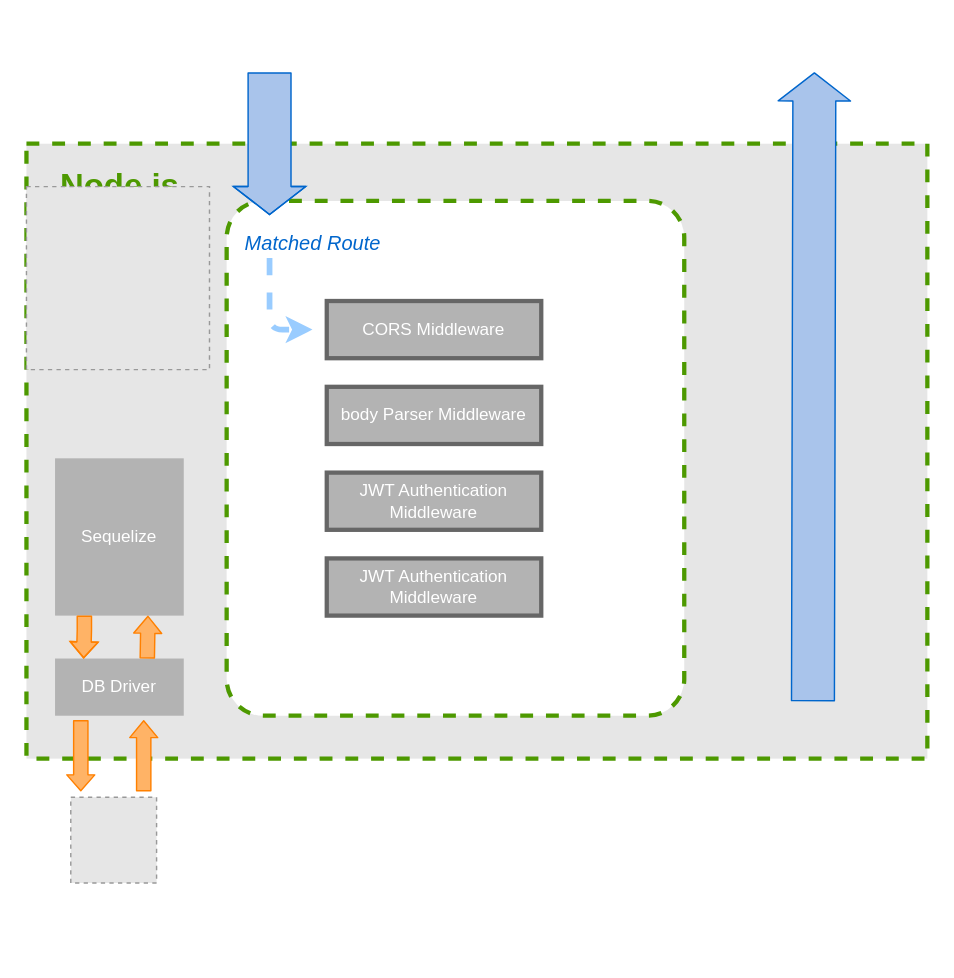
Before: Untitled Diagram.drawio in chuuuuuuu/Chu_Dev-Server, a draw.io diagram. Source tidied: cells renumbered, new cells numbered last; positions are measured from the earlier drawing's top-left corner, leaving out a move shared by most shapes. Both pictures are drawn from the tidied source at 143%, with x=0, y=0 at pixel (26, 72). Pictures stored in the file or linked from it are replaced by grey dashed boxes.
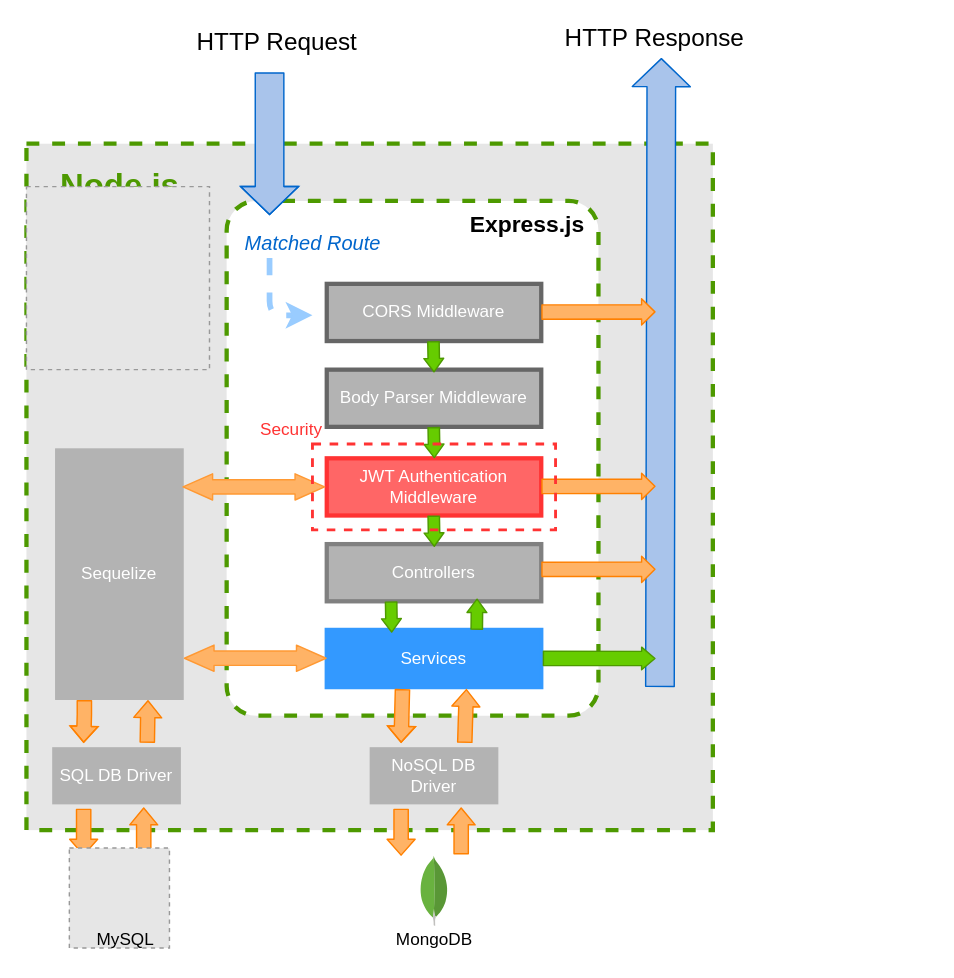
Above is the later version.

The edit, as a diff of the source:
```diff
@@
     <mxCell id="2" style="rounded=0;whiteSpace=wrap;html=1;dashed=1;strokeWidth=3;strokeColor=#4D9900;fillColor=#E6E6E6;" parent="1" vertex="1">
-      <mxGeometry y="50" width="630" height="430" as="geometry" />
+      <mxGeometry y="50" width="480" height="480" as="geometry" />
     </mxCell>
     <mxCell id="3" style="rounded=1;whiteSpace=wrap;html=1;dashed=1;strokeWidth=3;gradientColor=none;strokeColor=#4D9900;arcSize=8;" parent="1" vertex="1">
-      <mxGeometry x="140" y="90" width="320" height="360" as="geometry" />
+      <mxGeometry x="140" y="90" width="260" height="360" as="geometry" />
     </mxCell>
@@
-    <mxCell id="5" value="&lt;font color=&quot;#ffffff&quot;&gt;DB Driver&lt;/font&gt;" style="rounded=0;whiteSpace=wrap;html=1;strokeWidth=3;gradientColor=none;fillColor=#B3B3B3;strokeColor=none;" parent="1" vertex="1">
-      <mxGeometry x="20" y="410" width="90" height="40" as="geometry" />
+    <mxCell id="5" value="&lt;font color=&quot;#ffffff&quot;&gt;SQL DB Driver&lt;/font&gt;" style="rounded=0;whiteSpace=wrap;html=1;strokeWidth=3;gradientColor=none;fillColor=#B3B3B3;strokeColor=none;" parent="1" vertex="1">
+      <mxGeometry x="18" y="472" width="90" height="40" as="geometry" />
     </mxCell>
     <mxCell id="6" value="&lt;font color=&quot;#ffffff&quot;&gt;Sequelize&lt;/font&gt;" style="rounded=0;whiteSpace=wrap;html=1;strokeWidth=3;gradientColor=none;fillColor=#B3B3B3;strokeColor=none;" parent="1" vertex="1">
-      <mxGeometry x="20" y="270" width="90" height="110" as="geometry" />
+      <mxGeometry x="20" y="263" width="90" height="176" as="geometry" />
     </mxCell>
     <mxCell id="7" style="shape=flexArrow;endArrow=classic;html=1;fillColor=#FFB366;strokeColor=#FF8000;endWidth=8.571428571428571;endSize=3.3809523809523805;" parent="1" edge="1">
       <mxGeometry relative="1" as="geometry">
-        <mxPoint x="38" y="453" as="sourcePoint" />
-        <mxPoint x="38" y="503" as="targetPoint" />
+        <mxPoint x="40" y="515" as="sourcePoint" />
+        <mxPoint x="40" y="548" as="targetPoint" />
       </mxGeometry>
     </mxCell>
     <mxCell id="8" style="shape=flexArrow;endArrow=classic;html=1;fillColor=#FFB366;strokeColor=#FF8000;endWidth=8.571428571428571;endSize=3.604761904761905;" parent="1" edge="1">
       <mxGeometry relative="1" as="geometry">
-        <mxPoint x="82" y="503" as="sourcePoint" />
-        <mxPoint x="82" y="453" as="targetPoint" />
+        <mxPoint x="82" y="547" as="sourcePoint" />
+        <mxPoint x="82" y="514" as="targetPoint" />
       </mxGeometry>
     </mxCell>
-    <mxCell id="9" style="fillColor=#E6E6E6;strokeColor=#999999;dashed=1;html=1;verticalAlign=top;verticalLabelPosition=bottom;labelBackgroundColor=#ffffff;" parent="1" vertex="1">
-      <mxGeometry x="31" y="507" width="60" height="60" as="geometry" />
-    </mxCell>
     <mxCell id="10" style="shape=flexArrow;endArrow=classic;html=1;fillColor=#FFB366;strokeColor=#FF8000;endWidth=8.571428571428571;endSize=3.3809523809523805;" parent="1" edge="1">
       <mxGeometry relative="1" as="geometry">
-        <mxPoint x="40.5" y="380" as="sourcePoint" />
-        <mxPoint x="40" y="410" as="targetPoint" />
+        <mxPoint x="40.5" y="439" as="sourcePoint" />
+        <mxPoint x="40" y="469" as="targetPoint" />
         <Array as="points">
-          <mxPoint x="40.5" y="390" />
+          <mxPoint x="40.5" y="449" />
         </Array>
       </mxGeometry>
     </mxCell>
     <mxCell id="11" style="shape=flexArrow;endArrow=classic;html=1;fillColor=#FFB366;strokeColor=#FF8000;endWidth=8.571428571428571;endSize=3.604761904761905;" parent="1" edge="1">
       <mxGeometry relative="1" as="geometry">
-        <mxPoint x="84.5" y="410" as="sourcePoint" />
-        <mxPoint x="85" y="380" as="targetPoint" />
+        <mxPoint x="84.5" y="469" as="sourcePoint" />
+        <mxPoint x="85" y="439" as="targetPoint" />
       </mxGeometry>
     </mxCell>
-    <mxCell id="12" style="shape=flexArrow;endArrow=classic;html=1;endWidth=19.6;endSize=6.2;width=30;fillColor=#A9C4EB;strokeColor=#0066CC;" parent="1" edge="1">
+    <mxCell id="12" style="shape=flexArrow;endArrow=classic;html=1;endWidth=19.6;endSize=6.2;width=20;fillColor=#A9C4EB;strokeColor=#0066CC;" parent="1" edge="1">
       <mxGeometry relative="1" as="geometry">
         <mxPoint x="170" as="sourcePoint" />
         <mxPoint x="170" y="100" as="targetPoint" />
         <Array as="points">
           <mxPoint x="170" y="60" />
         </Array>
       </mxGeometry>
     </mxCell>
-    <mxCell id="13" style="shape=flexArrow;endArrow=classic;html=1;endWidth=19.6;endSize=6.2;width=30;fillColor=#A9C4EB;strokeColor=#0066CC;" parent="1" edge="1">
+    <mxCell id="13" style="shape=flexArrow;endArrow=classic;html=1;endWidth=19.6;endSize=6.2;width=20;fillColor=#A9C4EB;strokeColor=#0066CC;" parent="1" edge="1">
       <mxGeometry relative="1" as="geometry">
-        <mxPoint x="550" y="440" as="sourcePoint" />
-        <mxPoint x="551" as="targetPoint" />
+        <mxPoint x="443" y="430" as="sourcePoint" />
+        <mxPoint x="444" y="-10" as="targetPoint" />
       </mxGeometry>
     </mxCell>
@@
     <mxCell id="15" value="&lt;font color=&quot;#ffffff&quot;&gt;CORS Middleware&lt;/font&gt;" style="rounded=0;whiteSpace=wrap;html=1;strokeWidth=3;gradientColor=none;fillColor=#B3B3B3;strokeColor=#666666;" parent="1" vertex="1">
-      <mxGeometry x="210" y="160" width="150" height="40" as="geometry" />
+      <mxGeometry x="210" y="148" width="150" height="40" as="geometry" />
     </mxCell>
-    <mxCell id="16" style="endArrow=classic;html=1;fillColor=#A9C4EB;dashed=1;strokeWidth=4;strokeColor=#99CCFF;" parent="1" edge="1">
+    <mxCell id="16" style="endArrow=classic;html=1;fillColor=#A9C4EB;dashed=1;strokeWidth=4;strokeColor=#99CCFF;endSize=6;" parent="1" edge="1">
       <mxGeometry relative="1" as="geometry">
         <mxPoint x="170" y="130" as="sourcePoint" />
-        <mxPoint x="200" y="180" as="targetPoint" />
+        <mxPoint x="200" y="170" as="targetPoint" />
         <Array as="points">
-          <mxPoint x="170" y="180" />
+          <mxPoint x="170" y="170" />
         </Array>
       </mxGeometry>
     </mxCell>
@@
-    <mxCell id="18" value="&lt;font color=&quot;#ffffff&quot;&gt;body Parser Middleware&lt;/font&gt;" style="rounded=0;whiteSpace=wrap;html=1;strokeWidth=3;gradientColor=none;fillColor=#B3B3B3;strokeColor=#666666;" parent="1" vertex="1">
-      <mxGeometry x="210" y="220" width="150" height="40" as="geometry" />
+    <mxCell id="18" value="&lt;font color=&quot;#ffffff&quot;&gt;Body Parser Middleware&lt;/font&gt;" style="rounded=0;whiteSpace=wrap;html=1;strokeWidth=3;gradientColor=none;fillColor=#B3B3B3;strokeColor=#666666;" parent="1" vertex="1">
+      <mxGeometry x="210" y="208" width="150" height="40" as="geometry" />
     </mxCell>
-    <mxCell id="19" value="&lt;font color=&quot;#ffffff&quot;&gt;JWT Authentication Middleware&lt;/font&gt;" style="rounded=0;whiteSpace=wrap;html=1;strokeWidth=3;gradientColor=none;fillColor=#B3B3B3;strokeColor=#666666;" parent="1" vertex="1">
-      <mxGeometry x="210" y="280" width="150" height="40" as="geometry" />
+    <mxCell id="19" value="&lt;font color=&quot;#ffffff&quot;&gt;JWT Authentication Middleware&lt;/font&gt;" style="rounded=0;whiteSpace=wrap;html=1;strokeWidth=3;gradientColor=none;fillColor=#FF6666;strokeColor=#FF3333;" parent="1" vertex="1">
+      <mxGeometry x="210" y="270" width="150" height="40" as="geometry" />
     </mxCell>
-    <mxCell id="20" value="&lt;font color=&quot;#ffffff&quot;&gt;JWT Authentication Middleware&lt;/font&gt;" style="rounded=0;whiteSpace=wrap;html=1;strokeWidth=3;gradientColor=none;fillColor=#B3B3B3;strokeColor=#666666;" parent="1" vertex="1">
-      <mxGeometry x="210" y="340" width="150" height="40" as="geometry" />
-    </mxCell>
+    <mxCell id="21" value="&lt;font color=&quot;#ffffff&quot;&gt;Controllers&lt;/font&gt;" style="rounded=0;whiteSpace=wrap;html=1;strokeWidth=3;gradientColor=none;fillColor=#B3B3B3;strokeColor=#808080;" parent="1" vertex="1">
+      <mxGeometry x="210" y="330" width="150" height="40" as="geometry" />
+    </mxCell>
+    <mxCell id="22" value="&lt;font color=&quot;#ffffff&quot;&gt;Services&lt;/font&gt;" style="rounded=0;whiteSpace=wrap;html=1;strokeWidth=3;gradientColor=none;strokeColor=#3399FF;fillColor=#3399FF;" parent="1" vertex="1">
+      <mxGeometry x="210" y="390" width="150" height="40" as="geometry" />
+    </mxCell>
+    <mxCell id="23" style="shape=flexArrow;endArrow=classic;html=1;strokeWidth=1;fillColor=#66CC00;strokeColor=#4D9900;endWidth=4.854368932038835;endSize=2.7747572815533976;width=8;" parent="1" edge="1">
+      <mxGeometry relative="1" as="geometry">
+        <mxPoint x="284.6" y="188" as="sourcePoint" />
+        <mxPoint x="285" y="210" as="targetPoint" />
+      </mxGeometry>
+    </mxCell>
+    <mxCell id="24" style="shape=flexArrow;endArrow=classic;html=1;strokeWidth=1;fillColor=#66CC00;strokeColor=#4D9900;endWidth=4.854368932038835;endSize=2.7747572815533976;width=8;" parent="1" edge="1">
+      <mxGeometry relative="1" as="geometry">
+        <mxPoint x="284.8" y="248" as="sourcePoint" />
+        <mxPoint x="285.2" y="270" as="targetPoint" />
+      </mxGeometry>
+    </mxCell>
+    <mxCell id="25" style="shape=flexArrow;endArrow=classic;html=1;strokeWidth=1;fillColor=#66CC00;strokeColor=#4D9900;endWidth=4.854368932038835;endSize=2.7747572815533976;width=8;" parent="1" edge="1">
+      <mxGeometry relative="1" as="geometry">
+        <mxPoint x="284.8" y="310" as="sourcePoint" />
+        <mxPoint x="285.2" y="332" as="targetPoint" />
+      </mxGeometry>
+    </mxCell>
+    <mxCell id="26" style="shape=flexArrow;endArrow=classic;html=1;strokeWidth=1;fillColor=#66CC00;strokeColor=#4D9900;endWidth=4.854368932038835;endSize=2.7747572815533976;width=8;" parent="1" edge="1">
+      <mxGeometry relative="1" as="geometry">
+        <mxPoint x="255" y="370" as="sourcePoint" />
+        <mxPoint x="255.4" y="392" as="targetPoint" />
+      </mxGeometry>
+    </mxCell>
+    <mxCell id="27" style="shape=flexArrow;endArrow=classic;html=1;strokeWidth=1;fillColor=#66CC00;strokeColor=#4D9900;endWidth=4.854368932038835;endSize=2.7747572815533976;width=8;" parent="1" edge="1">
+      <mxGeometry relative="1" as="geometry">
+        <mxPoint x="314.9" y="390" as="sourcePoint" />
+        <mxPoint x="315.1" y="368" as="targetPoint" />
+      </mxGeometry>
+    </mxCell>
+    <mxCell id="28" style="shape=flexArrow;endArrow=classic;startArrow=classic;html=1;strokeWidth=1;fillColor=#FFB366;strokeColor=#FF9933;endWidth=7.333333333333333;endSize=6.5566666666666675;startWidth=7.333333333333333;startSize=6.5566666666666675;" parent="1" edge="1">
+      <mxGeometry relative="1" as="geometry">
+        <mxPoint x="109" y="290" as="sourcePoint" />
+        <mxPoint x="209" y="290" as="targetPoint" />
+      </mxGeometry>
+    </mxCell>
+    <mxCell id="29" style="shape=flexArrow;endArrow=classic;startArrow=classic;html=1;strokeWidth=1;fillColor=#FFB366;strokeColor=#FF9933;endWidth=7.333333333333333;endSize=6.5566666666666675;startWidth=7.333333333333333;startSize=6.5566666666666675;" parent="1" edge="1">
+      <mxGeometry relative="1" as="geometry">
+        <mxPoint x="110" y="409.8" as="sourcePoint" />
+        <mxPoint x="210" y="409.8" as="targetPoint" />
+      </mxGeometry>
+    </mxCell>
+    <mxCell id="30" style="shape=flexArrow;endArrow=classic;html=1;strokeWidth=1;fillColor=#66CC00;strokeColor=#4D9900;endWidth=4.854368932038835;endSize=2.7747572815533976;width=10;" parent="1" edge="1">
+      <mxGeometry relative="1" as="geometry">
+        <mxPoint x="361" y="409.9" as="sourcePoint" />
+        <mxPoint x="440" y="410" as="targetPoint" />
+      </mxGeometry>
+    </mxCell>
+    <mxCell id="31" style="shape=flexArrow;endArrow=classic;html=1;fillColor=#FFB366;strokeColor=#FF8000;endWidth=7.333333333333333;endSize=2.776666666666667;" parent="1" edge="1">
+      <mxGeometry relative="1" as="geometry">
+        <mxPoint x="360" y="167.7" as="sourcePoint" />
+        <mxPoint x="440" y="167.6" as="targetPoint" />
+      </mxGeometry>
+    </mxCell>
+    <mxCell id="32" style="shape=flexArrow;endArrow=classic;html=1;fillColor=#FFB366;strokeColor=#FF8000;endWidth=7.333333333333333;endSize=2.776666666666667;" parent="1" edge="1">
+      <mxGeometry relative="1" as="geometry">
+        <mxPoint x="360" y="347.7" as="sourcePoint" />
+        <mxPoint x="440" y="347.6" as="targetPoint" />
+      </mxGeometry>
+    </mxCell>
+    <mxCell id="33" style="shape=flexArrow;endArrow=classic;html=1;fillColor=#FFB366;strokeColor=#FF8000;endWidth=7.333333333333333;endSize=2.776666666666667;" parent="1" edge="1">
+      <mxGeometry relative="1" as="geometry">
+        <mxPoint x="360" y="289.7" as="sourcePoint" />
+        <mxPoint x="440" y="289.6" as="targetPoint" />
+      </mxGeometry>
+    </mxCell>
+    <mxCell id="34" value="&lt;font color=&quot;#ffffff&quot;&gt;NoSQL DB Driver&lt;/font&gt;" style="rounded=0;whiteSpace=wrap;html=1;strokeWidth=3;gradientColor=none;fillColor=#B3B3B3;strokeColor=none;" parent="1" vertex="1">
+      <mxGeometry x="240" y="472" width="90" height="40" as="geometry" />
+    </mxCell>
+    <mxCell id="35" style="shape=flexArrow;endArrow=classic;html=1;fillColor=#FFB366;strokeColor=#FF8000;endWidth=8.571428571428571;endSize=3.3809523809523805;" parent="1" edge="1">
+      <mxGeometry relative="1" as="geometry">
+        <mxPoint x="262" y="515" as="sourcePoint" />
+        <mxPoint x="262" y="548" as="targetPoint" />
+      </mxGeometry>
+    </mxCell>
+    <mxCell id="36" style="shape=flexArrow;endArrow=classic;html=1;fillColor=#FFB366;strokeColor=#FF8000;endWidth=8.571428571428571;endSize=3.604761904761905;" parent="1" edge="1">
+      <mxGeometry relative="1" as="geometry">
+        <mxPoint x="304" y="547" as="sourcePoint" />
+        <mxPoint x="304" y="514" as="targetPoint" />
+      </mxGeometry>
+    </mxCell>
+    <mxCell id="37" style="shape=flexArrow;endArrow=classic;html=1;fillColor=#FFB366;strokeColor=#FF8000;endWidth=8.571428571428571;endSize=3.3809523809523805;exitX=0.353;exitY=1.032;exitDx=0;exitDy=0;exitPerimeter=0;" parent="1" edge="1" source="22">
+      <mxGeometry relative="1" as="geometry">
+        <mxPoint x="262" y="469" as="targetPoint" />
+        <Array as="points">
+          <mxPoint x="262.5" y="449" />
+        </Array>
+      </mxGeometry>
+    </mxCell>
+    <mxCell id="38" style="shape=flexArrow;endArrow=classic;html=1;fillColor=#FFB366;strokeColor=#FF8000;endWidth=8.571428571428571;endSize=3.604761904761905;entryX=0.651;entryY=1.031;entryDx=0;entryDy=0;entryPerimeter=0;" parent="1" edge="1" target="22">
+      <mxGeometry relative="1" as="geometry">
+        <mxPoint x="306.5" y="469" as="sourcePoint" />
+      </mxGeometry>
+    </mxCell>
+    <mxCell id="39" style="dashed=0;html=1;align=center;labelPosition=center;verticalLabelPosition=bottom;verticalAlign=top;shape=mxgraph.weblogos.mongodb;strokeColor=#808080;strokeWidth=3;fillColor=#B3B3B3;gradientColor=none;" parent="1" vertex="1">
+      <mxGeometry x="275" y="548" width="20" height="49" as="geometry" />
+    </mxCell>
+    <mxCell id="40" style="fillColor=#E6E6E6;strokeColor=#999999;dashed=1;html=1;verticalAlign=top;verticalLabelPosition=bottom;labelBackgroundColor=#ffffff;" parent="1" vertex="1">
+      <mxGeometry x="30" y="542.5" width="70" height="70" as="geometry" />
+    </mxCell>
+    <mxCell id="41" value="MySQL" style="text;html=1;align=center;verticalAlign=middle;" parent="1" vertex="1">
+      <mxGeometry x="39" y="597" width="60" height="20" as="geometry" />
+    </mxCell>
+    <mxCell id="42" value="MongoDB" style="text;html=1;align=center;verticalAlign=middle;" parent="1" vertex="1">
+      <mxGeometry x="250" y="597" width="70" height="20" as="geometry" />
+    </mxCell>
+    <mxCell id="43" style="rounded=0;whiteSpace=wrap;html=1;strokeWidth=2;gradientColor=none;fillColor=none;dashed=1;strokeColor=#FF3333;" parent="1" vertex="1">
+      <mxGeometry x="200" y="260" width="170" height="60" as="geometry" />
+    </mxCell>
+    <mxCell id="44" value="&lt;font color=&quot;#ff3333&quot;&gt;Security&lt;/font&gt;" style="text;html=1;align=center;verticalAlign=middle;" parent="1" vertex="1">
+      <mxGeometry x="155" y="240" width="60" height="20" as="geometry" />
+    </mxCell>
+    <mxCell id="45" value="&lt;font style=&quot;font-size: 16px&quot;&gt;&lt;b&gt;Express.js&lt;/b&gt;&lt;/font&gt;" style="text;html=1;align=center;verticalAlign=middle;" parent="1" vertex="1">
+      <mxGeometry x="300" y="96" width="100" height="20" as="geometry" />
+    </mxCell>
+    <mxCell id="46" value="&lt;font style=&quot;font-size: 17px&quot;&gt;HTTP Request&lt;/font&gt;" style="text;html=1;align=center;verticalAlign=middle;" parent="1" vertex="1">
+      <mxGeometry x="110" y="-30" width="130" height="20" as="geometry" />
+    </mxCell>
+    <mxCell id="47" value="&lt;font style=&quot;font-size: 17px&quot;&gt;HTTP Response&lt;/font&gt;" style="text;html=1;align=center;verticalAlign=middle;" parent="1" vertex="1">
+      <mxGeometry x="369" y="-33" width="140" height="20" as="geometry" />
+    </mxCell>
```
